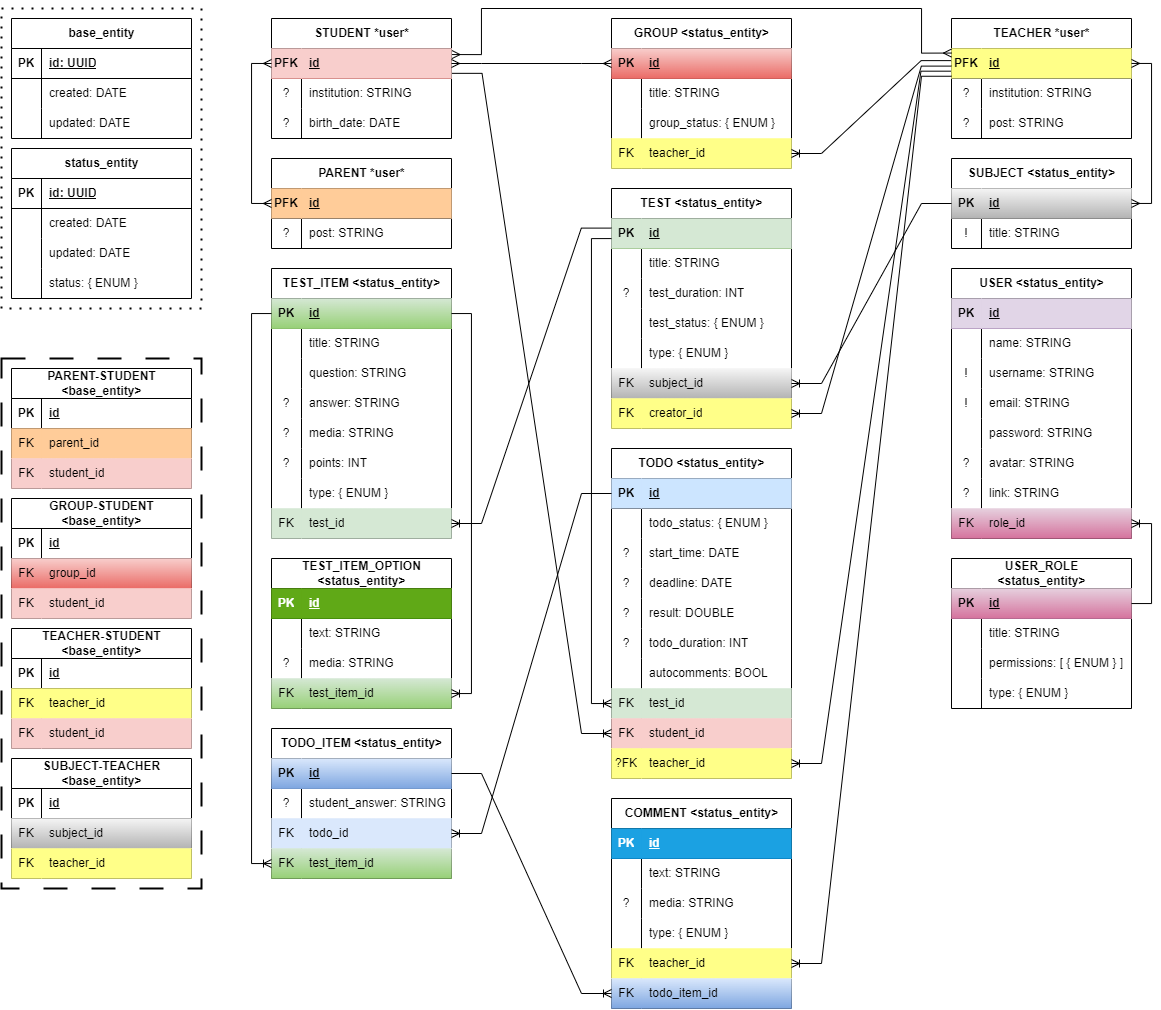
The draw.io diagram scheme.png in DmitruKudr/lms-backend, before a commit. Source tidied: cells renumbered, new cells last; positions are measured from the earlier drawing's top-left corner, leaving out a move shared by most shapes.
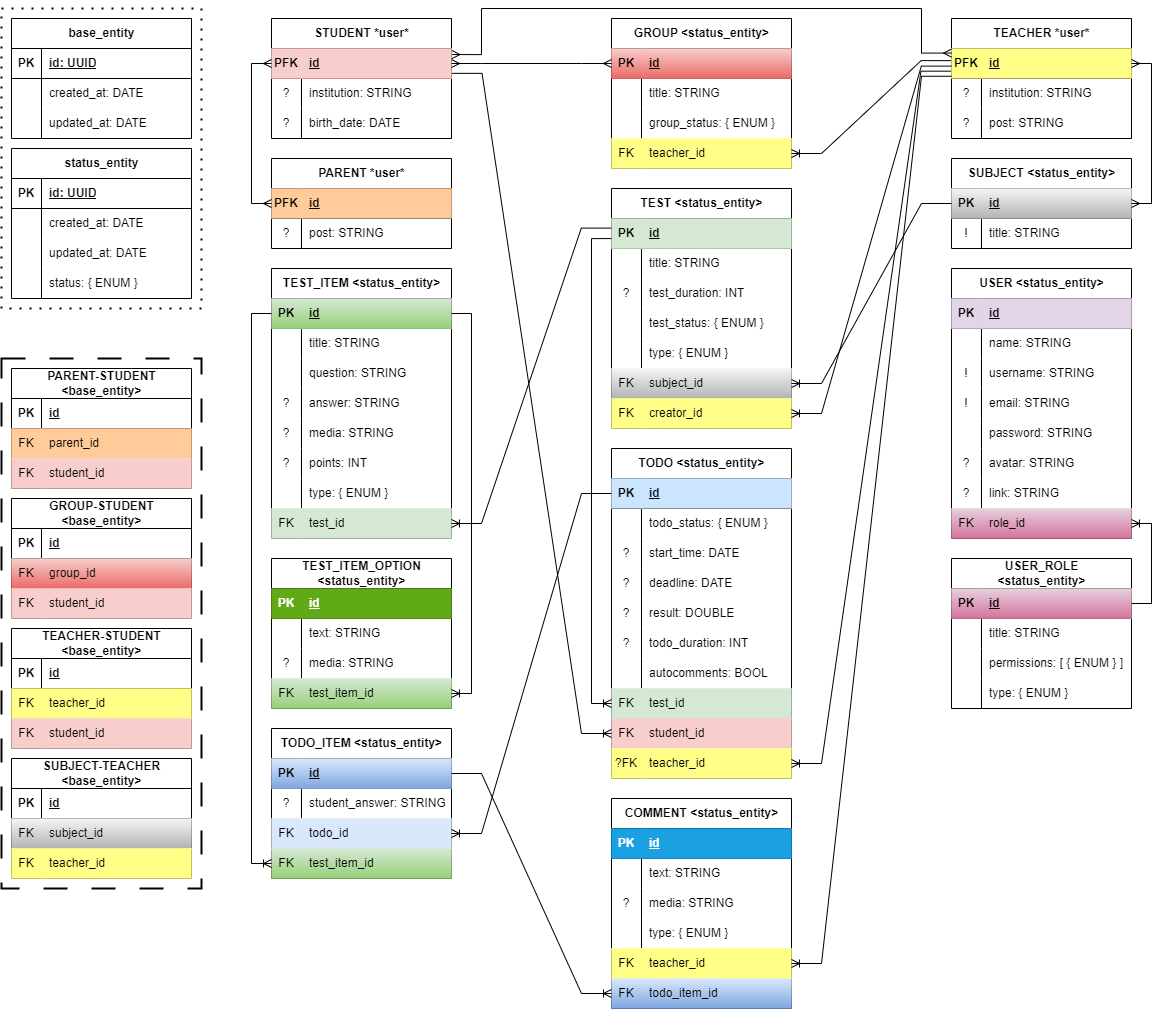
The same file after the commit.

Commit message:
schema editing

Change to the diagram source:
```diff
@@ -26,7 +26,7 @@
     <mxCell id="9" style="shape=partialRectangle;top=0;left=0;bottom=0;right=0;overflow=hidden;whiteSpace=wrap;html=1;fillColor=none;" parent="8" vertex="1">
       <mxGeometry width="30" height="30" as="geometry" />
     </mxCell>
-    <mxCell id="10" value="created: DATE" style="shape=partialRectangle;top=0;left=0;bottom=0;right=0;align=left;spacingLeft=6;overflow=hidden;whiteSpace=wrap;html=1;fillColor=none;" parent="8" vertex="1">
+    <mxCell id="10" value="created_at: DATE" style="shape=partialRectangle;top=0;left=0;bottom=0;right=0;align=left;spacingLeft=6;overflow=hidden;whiteSpace=wrap;html=1;fillColor=none;" parent="8" vertex="1">
       <mxGeometry x="30" width="150" height="30" as="geometry" />
     </mxCell>
     <mxCell id="11" style="shape=tableRow;horizontal=0;startSize=0;swimlaneHead=0;swimlaneBody=0;top=0;left=0;right=0;bottom=0;fillColor=none;" parent="4" vertex="1">
@@ -35,7 +35,7 @@
     <mxCell id="12" style="shape=partialRectangle;top=0;left=0;bottom=0;right=0;overflow=hidden;whiteSpace=wrap;html=1;fillColor=none;" parent="11" vertex="1">
       <mxGeometry width="30" height="30" as="geometry" />
     </mxCell>
-    <mxCell id="13" value="updated: DATE" style="shape=partialRectangle;top=0;left=0;bottom=0;right=0;align=left;spacingLeft=6;overflow=hidden;whiteSpace=wrap;html=1;fillColor=none;" parent="11" vertex="1">
+    <mxCell id="13" value="updated_at: DATE" style="shape=partialRectangle;top=0;left=0;bottom=0;right=0;align=left;spacingLeft=6;overflow=hidden;whiteSpace=wrap;html=1;fillColor=none;" parent="11" vertex="1">
       <mxGeometry x="30" width="150" height="30" as="geometry" />
     </mxCell>
     <mxCell id="14" value="status_entity" style="shape=table;startSize=30;rowLines=0;fontStyle=1;align=center;html=1;" parent="1" vertex="1">
@@ -56,7 +56,7 @@
     <mxCell id="19" style="shape=partialRectangle;top=0;left=0;bottom=0;right=0;overflow=hidden;whiteSpace=wrap;html=1;fillColor=none;" parent="18" vertex="1">
       <mxGeometry width="30" height="30" as="geometry" />
     </mxCell>
-    <mxCell id="20" value="created: DATE" style="shape=partialRectangle;top=0;left=0;bottom=0;right=0;align=left;spacingLeft=6;overflow=hidden;whiteSpace=wrap;html=1;fillColor=none;" parent="18" vertex="1">
+    <mxCell id="20" value="created_at: DATE" style="shape=partialRectangle;top=0;left=0;bottom=0;right=0;align=left;spacingLeft=6;overflow=hidden;whiteSpace=wrap;html=1;fillColor=none;" parent="18" vertex="1">
       <mxGeometry x="30" width="150" height="30" as="geometry" />
     </mxCell>
     <mxCell id="21" style="shape=tableRow;horizontal=0;startSize=0;swimlaneHead=0;swimlaneBody=0;top=0;left=0;right=0;bottom=0;fillColor=none;" parent="14" vertex="1">
@@ -65,7 +65,7 @@
     <mxCell id="22" style="shape=partialRectangle;top=0;left=0;bottom=0;right=0;overflow=hidden;whiteSpace=wrap;html=1;fillColor=none;" parent="21" vertex="1">
       <mxGeometry width="30" height="30" as="geometry" />
     </mxCell>
-    <mxCell id="23" value="updated: DATE" style="shape=partialRectangle;top=0;left=0;bottom=0;right=0;align=left;spacingLeft=6;overflow=hidden;whiteSpace=wrap;html=1;fillColor=none;" parent="21" vertex="1">
+    <mxCell id="23" value="updated_at: DATE" style="shape=partialRectangle;top=0;left=0;bottom=0;right=0;align=left;spacingLeft=6;overflow=hidden;whiteSpace=wrap;html=1;fillColor=none;" parent="21" vertex="1">
       <mxGeometry x="30" width="150" height="30" as="geometry" />
     </mxCell>
     <mxCell id="24" style="shape=tableRow;horizontal=0;startSize=0;swimlaneHead=0;swimlaneBody=0;top=0;left=0;right=0;bottom=0;fillColor=none;" parent="14" vertex="1">
```
